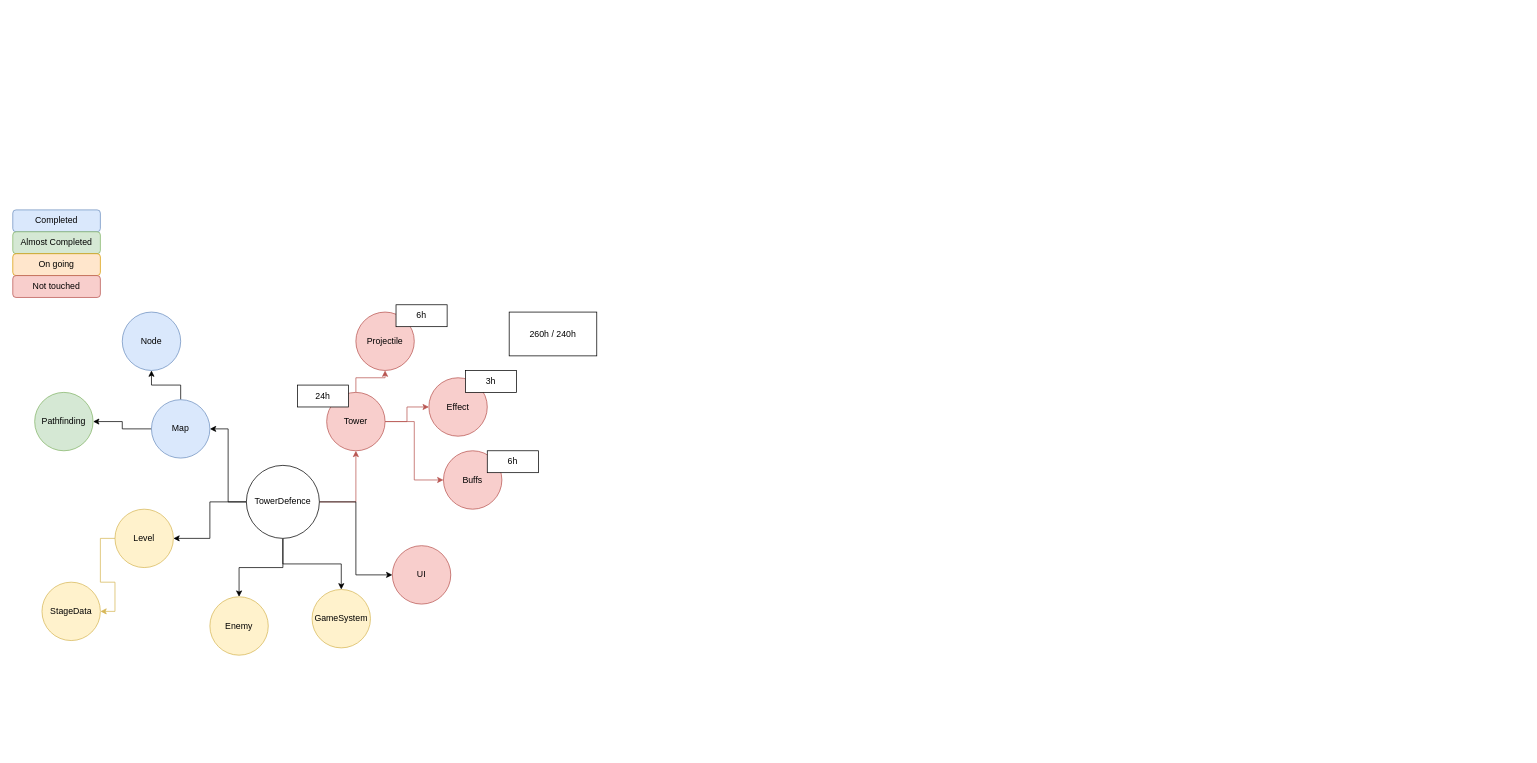
Above: Estimation.drawio in luke-youngmin-cho/ETL_Unity4th (draw.io), before the change. Source tidied: cells renumbered, new cells numbered last; positions are measured from the earlier drawing's top-left corner, leaving out a move shared by most shapes. Both pictures are drawn from the tidied source at 73%, with x=0, y=0 at pixel (12, 210).
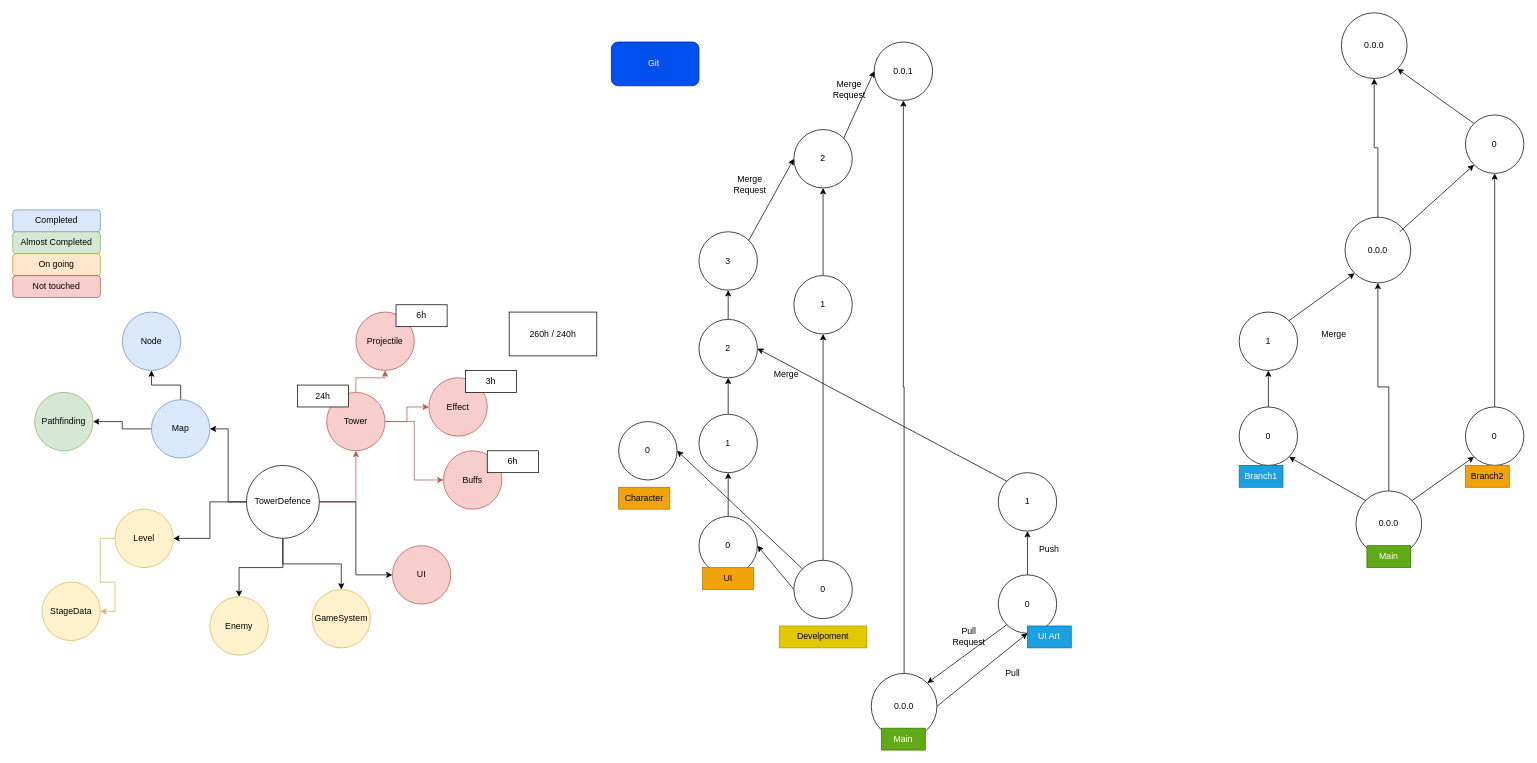
The same page after the edit.

What changed in the source:
```diff
@@
+    <mxCell id="36" value="Git&amp;nbsp;" style="rounded=1;whiteSpace=wrap;html=1;fillColor=#0050ef;fontColor=#ffffff;strokeColor=#001DBC;" parent="1" vertex="1">
+      <mxGeometry x="820" y="-230" width="120" height="60" as="geometry" />
+    </mxCell>
+    <mxCell id="37" style="edgeStyle=orthogonalEdgeStyle;rounded=0;jettySize=auto;html=1;entryX=0.5;entryY=1;entryDx=0;entryDy=0;" parent="1" edge="1" source="38" target="71">
+      <mxGeometry relative="1" as="geometry" />
+    </mxCell>
+    <mxCell id="38" value="0.0.0" style="ellipse;whiteSpace=wrap;html=1;" parent="1" vertex="1">
+      <mxGeometry x="1176" y="635" width="90" height="90" as="geometry" />
+    </mxCell>
+    <mxCell id="39" style="edgeStyle=orthogonalEdgeStyle;rounded=0;jettySize=auto;html=1;entryX=0.5;entryY=1;entryDx=0;entryDy=0;" parent="1" edge="1" source="40" target="45">
+      <mxGeometry relative="1" as="geometry" />
+    </mxCell>
+    <mxCell id="40" value="0" style="ellipse;whiteSpace=wrap;html=1;" parent="1" vertex="1">
+      <mxGeometry x="1350" y="500" width="80" height="80" as="geometry" />
+    </mxCell>
+    <mxCell id="41" style="endArrow=classic;html=1;rounded=0;entryX=1;entryY=0;entryDx=0;entryDy=0;exitX=0;exitY=1;exitDx=0;exitDy=0;" parent="1" edge="1" source="40" target="38">
+      <mxGeometry relative="1" as="geometry" />
+    </mxCell>
+    <mxCell id="42" value="Pull&lt;br&gt;Request" style="text;html=1;strokeColor=none;fillColor=none;align=center;verticalAlign=middle;whiteSpace=wrap;rounded=0;" parent="1" vertex="1">
+      <mxGeometry x="1280" y="570" width="60" height="30" as="geometry" />
+    </mxCell>
+    <mxCell id="43" style="endArrow=classic;html=1;rounded=0;exitX=1;exitY=0.5;exitDx=0;exitDy=0;entryX=0.5;entryY=1;entryDx=0;entryDy=0;" parent="1" edge="1" source="38" target="40">
+      <mxGeometry relative="1" as="geometry" />
+    </mxCell>
+    <mxCell id="44" value="Pull" style="text;html=1;strokeColor=none;fillColor=none;align=center;verticalAlign=middle;whiteSpace=wrap;rounded=0;" parent="1" vertex="1">
+      <mxGeometry x="1340" y="620" width="60" height="30" as="geometry" />
+    </mxCell>
+    <mxCell id="45" value="1" style="ellipse;whiteSpace=wrap;html=1;" parent="1" vertex="1">
+      <mxGeometry x="1350" y="360" width="80" height="80" as="geometry" />
+    </mxCell>
+    <mxCell id="46" value="Main" style="text;html=1;strokeColor=#2D7600;fillColor=#60a917;align=center;verticalAlign=middle;whiteSpace=wrap;rounded=0;fontColor=#ffffff;" parent="1" vertex="1">
+      <mxGeometry x="1190" y="710" width="60" height="30" as="geometry" />
+    </mxCell>
+    <mxCell id="47" value="UI Art" style="text;html=1;strokeColor=#006EAF;fillColor=#1ba1e2;align=center;verticalAlign=middle;whiteSpace=wrap;rounded=0;fontColor=#ffffff;" parent="1" vertex="1">
+      <mxGeometry x="1390" y="570" width="60" height="30" as="geometry" />
+    </mxCell>
+    <mxCell id="48" value="Push" style="text;html=1;strokeColor=none;fillColor=none;align=center;verticalAlign=middle;whiteSpace=wrap;rounded=0;" parent="1" vertex="1">
+      <mxGeometry x="1390" y="450" width="60" height="30" as="geometry" />
+    </mxCell>
+    <mxCell id="49" style="edgeStyle=orthogonalEdgeStyle;rounded=0;jettySize=auto;html=1;" parent="1" edge="1" source="50" target="69">
+      <mxGeometry relative="1" as="geometry" />
+    </mxCell>
+    <mxCell id="50" value="0" style="ellipse;whiteSpace=wrap;html=1;" parent="1" vertex="1">
+      <mxGeometry x="1070" y="480" width="80" height="80" as="geometry" />
+    </mxCell>
+    <mxCell id="51" value="Develpoment" style="text;html=1;strokeColor=#B09500;fillColor=#e3c800;align=center;verticalAlign=middle;whiteSpace=wrap;rounded=0;fontColor=#000000;" parent="1" vertex="1">
+      <mxGeometry x="1050" y="570" width="120" height="30" as="geometry" />
+    </mxCell>
+    <mxCell id="52" style="edgeStyle=orthogonalEdgeStyle;rounded=0;jettySize=auto;html=1;entryX=0.5;entryY=1;entryDx=0;entryDy=0;" parent="1" edge="1" source="53" target="60">
+      <mxGeometry relative="1" as="geometry" />
+    </mxCell>
+    <mxCell id="53" value="0" style="ellipse;whiteSpace=wrap;html=1;" parent="1" vertex="1">
+      <mxGeometry x="940" y="420" width="80" height="80" as="geometry" />
+    </mxCell>
+    <mxCell id="54" value="UI" style="text;html=1;strokeColor=#BD7000;fillColor=#f0a30a;align=center;verticalAlign=middle;whiteSpace=wrap;rounded=0;fontColor=#000000;" parent="1" vertex="1">
+      <mxGeometry x="945" y="490" width="70" height="30" as="geometry" />
+    </mxCell>
+    <mxCell id="55" style="endArrow=classic;html=1;rounded=0;exitX=0;exitY=0.5;exitDx=0;exitDy=0;entryX=1;entryY=0.5;entryDx=0;entryDy=0;" parent="1" edge="1" source="50" target="53">
+      <mxGeometry relative="1" as="geometry" />
+    </mxCell>
+    <mxCell id="56" value="0" style="ellipse;whiteSpace=wrap;html=1;" parent="1" vertex="1">
+      <mxGeometry x="830" y="290" width="80" height="80" as="geometry" />
+    </mxCell>
+    <mxCell id="57" value="Character" style="text;html=1;strokeColor=#BD7000;fillColor=#f0a30a;align=center;verticalAlign=middle;whiteSpace=wrap;rounded=0;fontColor=#000000;" parent="1" vertex="1">
+      <mxGeometry x="830" y="380" width="70" height="30" as="geometry" />
+    </mxCell>
+    <mxCell id="58" style="endArrow=classic;html=1;rounded=0;exitX=0;exitY=0;exitDx=0;exitDy=0;entryX=1;entryY=0.5;entryDx=0;entryDy=0;" parent="1" edge="1" source="50" target="56">
+      <mxGeometry relative="1" as="geometry" />
+    </mxCell>
+    <mxCell id="59" style="edgeStyle=orthogonalEdgeStyle;rounded=0;jettySize=auto;html=1;entryX=0.5;entryY=1;entryDx=0;entryDy=0;" parent="1" edge="1" source="60" target="62">
+      <mxGeometry relative="1" as="geometry" />
+    </mxCell>
+    <mxCell id="60" value="1" style="ellipse;whiteSpace=wrap;html=1;" parent="1" vertex="1">
+      <mxGeometry x="940" y="280" width="80" height="80" as="geometry" />
+    </mxCell>
+    <mxCell id="61" style="edgeStyle=orthogonalEdgeStyle;rounded=0;jettySize=auto;html=1;entryX=0.5;entryY=1;entryDx=0;entryDy=0;" parent="1" edge="1" source="62" target="65">
+      <mxGeometry relative="1" as="geometry" />
+    </mxCell>
+    <mxCell id="62" value="2" style="ellipse;whiteSpace=wrap;html=1;" parent="1" vertex="1">
+      <mxGeometry x="940" y="150" width="80" height="80" as="geometry" />
+    </mxCell>
+    <mxCell id="63" style="endArrow=classic;html=1;rounded=0;exitX=0;exitY=0;exitDx=0;exitDy=0;entryX=1;entryY=0.5;entryDx=0;entryDy=0;" parent="1" edge="1" source="45" target="62">
+      <mxGeometry relative="1" as="geometry" />
+    </mxCell>
+    <mxCell id="64" value="Merge" style="text;html=1;strokeColor=none;fillColor=none;align=center;verticalAlign=middle;whiteSpace=wrap;rounded=0;" parent="1" vertex="1">
+      <mxGeometry x="1030" y="210" width="60" height="30" as="geometry" />
+    </mxCell>
+    <mxCell id="65" value="3" style="ellipse;whiteSpace=wrap;html=1;" parent="1" vertex="1">
+      <mxGeometry x="940" y="30" width="80" height="80" as="geometry" />
+    </mxCell>
+    <mxCell id="66" style="endArrow=classic;html=1;rounded=0;exitX=1;exitY=0;exitDx=0;exitDy=0;entryX=0;entryY=0.5;entryDx=0;entryDy=0;" parent="1" edge="1" source="65" target="70">
+      <mxGeometry relative="1" as="geometry" />
+    </mxCell>
+    <mxCell id="67" value="Merge&lt;br&gt;Request" style="text;html=1;strokeColor=none;fillColor=none;align=center;verticalAlign=middle;whiteSpace=wrap;rounded=0;" parent="1" vertex="1">
+      <mxGeometry x="980" y="-50" width="60" height="30" as="geometry" />
+    </mxCell>
+    <mxCell id="68" style="edgeStyle=orthogonalEdgeStyle;rounded=0;jettySize=auto;html=1;entryX=0.5;entryY=1;entryDx=0;entryDy=0;" parent="1" edge="1" source="69" target="70">
+      <mxGeometry relative="1" as="geometry" />
+    </mxCell>
+    <mxCell id="69" value="1" style="ellipse;whiteSpace=wrap;html=1;" parent="1" vertex="1">
+      <mxGeometry x="1070" y="90" width="80" height="80" as="geometry" />
+    </mxCell>
+    <mxCell id="70" value="2" style="ellipse;whiteSpace=wrap;html=1;" parent="1" vertex="1">
+      <mxGeometry x="1070" y="-110" width="80" height="80" as="geometry" />
+    </mxCell>
+    <mxCell id="71" value="0.0.1" style="ellipse;whiteSpace=wrap;html=1;" parent="1" vertex="1">
+      <mxGeometry x="1180" y="-230" width="80" height="80" as="geometry" />
+    </mxCell>
+    <mxCell id="72" style="endArrow=classic;html=1;rounded=0;exitX=1;exitY=0;exitDx=0;exitDy=0;entryX=0;entryY=0.5;entryDx=0;entryDy=0;" parent="1" edge="1" source="70" target="71">
+      <mxGeometry relative="1" as="geometry" />
+    </mxCell>
+    <mxCell id="73" value="Merge&lt;br&gt;Request" style="text;html=1;strokeColor=none;fillColor=none;align=center;verticalAlign=middle;whiteSpace=wrap;rounded=0;" parent="1" vertex="1">
+      <mxGeometry x="1116" y="-180" width="60" height="30" as="geometry" />
+    </mxCell>
+    <mxCell id="74" style="edgeStyle=orthogonalEdgeStyle;rounded=0;jettySize=auto;html=1;" parent="1" edge="1" source="75" target="88">
+      <mxGeometry relative="1" as="geometry" />
+    </mxCell>
+    <mxCell id="75" value="0.0.0" style="ellipse;whiteSpace=wrap;html=1;" parent="1" vertex="1">
+      <mxGeometry x="1840" y="385" width="90" height="90" as="geometry" />
+    </mxCell>
+    <mxCell id="76" value="Main" style="text;html=1;strokeColor=#2D7600;fillColor=#60a917;align=center;verticalAlign=middle;whiteSpace=wrap;rounded=0;fontColor=#ffffff;" parent="1" vertex="1">
+      <mxGeometry x="1855" y="460" width="60" height="30" as="geometry" />
+    </mxCell>
+    <mxCell id="77" style="edgeStyle=orthogonalEdgeStyle;rounded=0;jettySize=auto;html=1;entryX=0.5;entryY=1;entryDx=0;entryDy=0;" parent="1" edge="1" source="78" target="85">
+      <mxGeometry relative="1" as="geometry" />
+    </mxCell>
+    <mxCell id="78" value="0" style="ellipse;whiteSpace=wrap;html=1;" parent="1" vertex="1">
+      <mxGeometry x="1680" y="270" width="80" height="80" as="geometry" />
+    </mxCell>
+    <mxCell id="79" value="Branch1" style="text;html=1;strokeColor=#006EAF;fillColor=#1ba1e2;align=center;verticalAlign=middle;whiteSpace=wrap;rounded=0;fontColor=#ffffff;" parent="1" vertex="1">
+      <mxGeometry x="1680" y="350" width="60" height="30" as="geometry" />
+    </mxCell>
+    <mxCell id="80" style="edgeStyle=orthogonalEdgeStyle;rounded=0;jettySize=auto;html=1;entryX=0.5;entryY=1;entryDx=0;entryDy=0;" parent="1" edge="1" source="81" target="90">
+      <mxGeometry relative="1" as="geometry" />
+    </mxCell>
+    <mxCell id="81" value="0" style="ellipse;whiteSpace=wrap;html=1;" parent="1" vertex="1">
+      <mxGeometry x="1990" y="270" width="80" height="80" as="geometry" />
+    </mxCell>
+    <mxCell id="82" value="Branch2" style="text;html=1;strokeColor=#BD7000;fillColor=#f0a30a;align=center;verticalAlign=middle;whiteSpace=wrap;rounded=0;fontColor=#000000;" parent="1" vertex="1">
+      <mxGeometry x="1990" y="350" width="60" height="30" as="geometry" />
+    </mxCell>
+    <mxCell id="83" style="endArrow=classic;html=1;rounded=0;exitX=0;exitY=0;exitDx=0;exitDy=0;entryX=1;entryY=1;entryDx=0;entryDy=0;" parent="1" edge="1" source="75" target="78">
+      <mxGeometry relative="1" as="geometry" />
+    </mxCell>
+    <mxCell id="84" style="endArrow=classic;html=1;rounded=0;exitX=1;exitY=0;exitDx=0;exitDy=0;entryX=0;entryY=1;entryDx=0;entryDy=0;" parent="1" edge="1" source="75" target="81">
+      <mxGeometry relative="1" as="geometry" />
+    </mxCell>
+    <mxCell id="85" value="1" style="ellipse;whiteSpace=wrap;html=1;" parent="1" vertex="1">
+      <mxGeometry x="1680" y="140" width="80" height="80" as="geometry" />
+    </mxCell>
+    <mxCell id="86" value="Merge" style="text;html=1;strokeColor=none;fillColor=none;align=center;verticalAlign=middle;whiteSpace=wrap;rounded=0;" parent="1" vertex="1">
+      <mxGeometry x="1780" y="155" width="60" height="30" as="geometry" />
+    </mxCell>
+    <mxCell id="87" style="edgeStyle=orthogonalEdgeStyle;rounded=0;jettySize=auto;html=1;entryX=0.5;entryY=1;entryDx=0;entryDy=0;" parent="1" edge="1" source="88" target="92">
+      <mxGeometry relative="1" as="geometry" />
+    </mxCell>
+    <mxCell id="88" value="0.0.0" style="ellipse;whiteSpace=wrap;html=1;" parent="1" vertex="1">
+      <mxGeometry x="1825" y="10" width="90" height="90" as="geometry" />
+    </mxCell>
+    <mxCell id="89" style="endArrow=classic;html=1;rounded=0;exitX=1;exitY=0;exitDx=0;exitDy=0;entryX=0;entryY=1;entryDx=0;entryDy=0;" parent="1" edge="1" source="85" target="88">
+      <mxGeometry relative="1" as="geometry" />
+    </mxCell>
+    <mxCell id="90" value="0" style="ellipse;whiteSpace=wrap;html=1;" parent="1" vertex="1">
+      <mxGeometry x="1990" y="-130" width="80" height="80" as="geometry" />
+    </mxCell>
+    <mxCell id="91" style="endArrow=classic;html=1;rounded=0;entryX=0;entryY=1;entryDx=0;entryDy=0;" parent="1" edge="1" target="90">
+      <mxGeometry relative="1" as="geometry">
+        <mxPoint x="1900" y="30" as="sourcePoint" />
+      </mxGeometry>
+    </mxCell>
+    <mxCell id="92" value="0.0.0" style="ellipse;whiteSpace=wrap;html=1;" parent="1" vertex="1">
+      <mxGeometry x="1820" y="-270" width="90" height="90" as="geometry" />
+    </mxCell>
+    <mxCell id="93" style="endArrow=classic;html=1;rounded=0;entryX=1;entryY=1;entryDx=0;entryDy=0;exitX=0;exitY=0;exitDx=0;exitDy=0;" parent="1" edge="1" source="90" target="92">
+      <mxGeometry relative="1" as="geometry" />
+    </mxCell>
```
